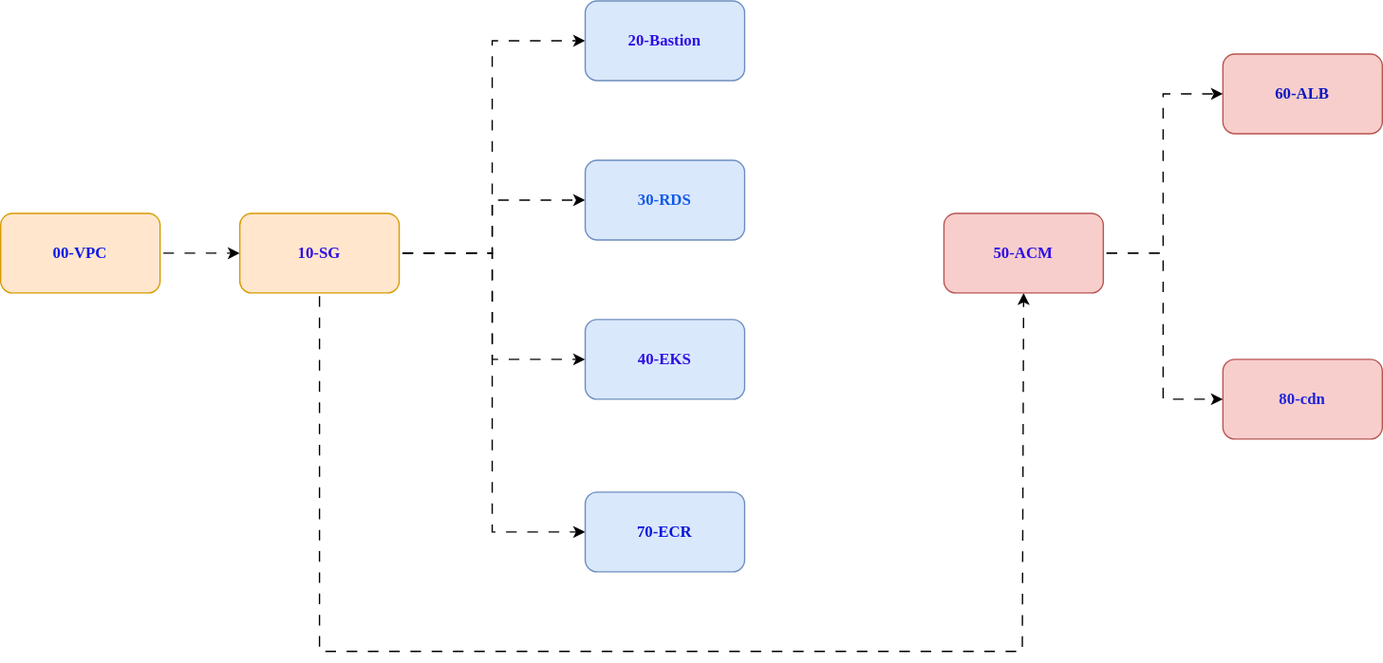
Above: jenkins-parallel-infra.drawio.svg in aikdp/expense-infra-jenkins (draw.io), before the change. Source tidied: cells renumbered, new cells last; positions are measured from the earlier drawing's top-left corner, leaving out a move shared by most shapes.
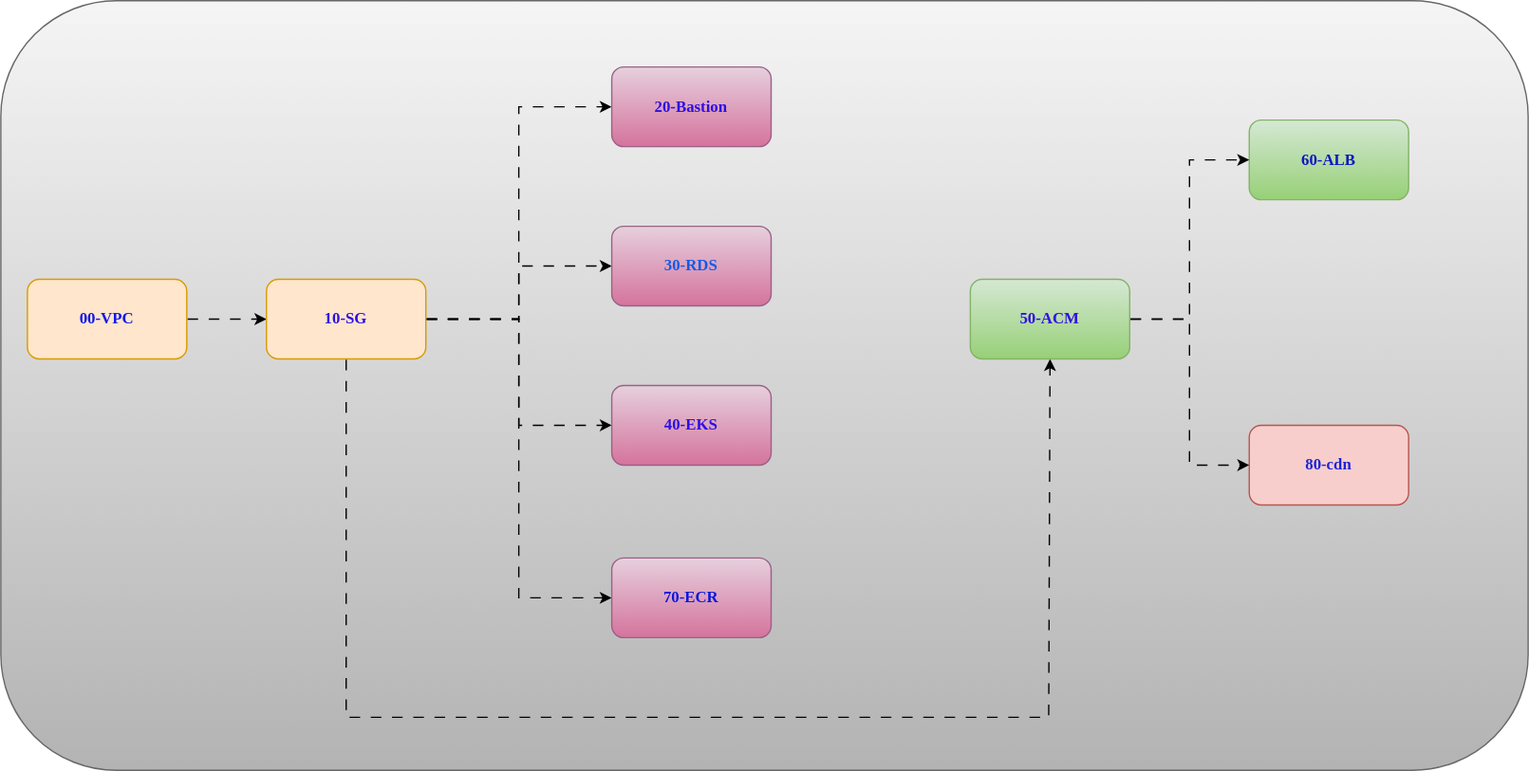
After the change.

Commit message:
Jenkins Pipleline expense-infra practice

Diff of the diagram source:
```diff
@@ -2,6 +2,9 @@
   <root>
     <mxCell id="0" />
     <mxCell id="1" parent="0" />
+    <mxCell id="19" style="rounded=1;whiteSpace=wrap;html=1;fillColor=#f5f5f5;gradientColor=#b3b3b3;strokeColor=#666666;" parent="1" vertex="1">
+      <mxGeometry x="-20" y="-50" width="1150" height="580" as="geometry" />
+    </mxCell>
     <mxCell id="2" style="edgeStyle=orthogonalEdgeStyle;rounded=0;jettySize=auto;html=1;entryX=0;entryY=0.5;entryDx=0;entryDy=0;flowAnimation=1;" parent="1" edge="1" source="3" target="9">
       <mxGeometry relative="1" as="geometry" />
     </mxCell>
@@ -31,22 +34,22 @@
     <mxCell id="9" value="&lt;font style=&quot;color: rgb(46, 15, 227);&quot; face=&quot;Comic Sans MS&quot;&gt;10-SG&lt;/font&gt;" style="rounded=1;whiteSpace=wrap;html=1;fontStyle=1;fillColor=#ffe6cc;strokeColor=#d79b00;" parent="1" vertex="1">
       <mxGeometry x="180" y="160" width="120" height="60" as="geometry" />
     </mxCell>
-    <mxCell id="10" value="&lt;font style=&quot;color: rgb(46, 15, 227);&quot; face=&quot;Comic Sans MS&quot;&gt;20-Bastion&lt;/font&gt;" style="rounded=1;whiteSpace=wrap;html=1;fontStyle=1;fillColor=#dae8fc;strokeColor=#6c8ebf;" parent="1" vertex="1">
+    <mxCell id="10" value="&lt;font style=&quot;color: rgb(46, 15, 227);&quot; face=&quot;Comic Sans MS&quot;&gt;20-Bastion&lt;/font&gt;" style="rounded=1;whiteSpace=wrap;html=1;fontStyle=1;fillColor=#e6d0de;strokeColor=#996185;gradientColor=#d5739d;" parent="1" vertex="1">
       <mxGeometry x="440" width="120" height="60" as="geometry" />
     </mxCell>
-    <mxCell id="11" value="&lt;font style=&quot;color: light-dark(rgb(19, 90, 231), rgb(237, 237, 237));&quot; face=&quot;Comic Sans MS&quot;&gt;30-RDS&lt;/font&gt;" style="rounded=1;whiteSpace=wrap;html=1;fontStyle=1;fillColor=#dae8fc;strokeColor=#6c8ebf;" parent="1" vertex="1">
+    <mxCell id="11" value="&lt;font style=&quot;color: light-dark(rgb(19, 90, 231), rgb(237, 237, 237));&quot; face=&quot;Comic Sans MS&quot;&gt;30-RDS&lt;/font&gt;" style="rounded=1;whiteSpace=wrap;html=1;fontStyle=1;fillColor=#e6d0de;strokeColor=#996185;gradientColor=#d5739d;" parent="1" vertex="1">
       <mxGeometry x="440" y="120" width="120" height="60" as="geometry" />
     </mxCell>
-    <mxCell id="12" value="&lt;b&gt;&lt;font style=&quot;color: rgb(46, 15, 227);&quot; face=&quot;Comic Sans MS&quot;&gt;40-EKS&lt;/font&gt;&lt;/b&gt;" style="rounded=1;whiteSpace=wrap;html=1;fillColor=#dae8fc;strokeColor=#6c8ebf;" parent="1" vertex="1">
+    <mxCell id="12" value="&lt;b&gt;&lt;font style=&quot;color: rgb(46, 15, 227);&quot; face=&quot;Comic Sans MS&quot;&gt;40-EKS&lt;/font&gt;&lt;/b&gt;" style="rounded=1;whiteSpace=wrap;html=1;fillColor=#e6d0de;strokeColor=#996185;gradientColor=#d5739d;" parent="1" vertex="1">
       <mxGeometry x="440" y="240" width="120" height="60" as="geometry" />
     </mxCell>
-    <mxCell id="13" value="&lt;b&gt;&lt;font style=&quot;color: light-dark(rgb(10, 24, 219), rgb(237, 237, 237));&quot; face=&quot;Comic Sans MS&quot;&gt;70-ECR&lt;/font&gt;&lt;/b&gt;" style="rounded=1;whiteSpace=wrap;html=1;fillColor=#dae8fc;strokeColor=#6c8ebf;" parent="1" vertex="1">
+    <mxCell id="13" value="&lt;b&gt;&lt;font style=&quot;color: light-dark(rgb(10, 24, 219), rgb(237, 237, 237));&quot; face=&quot;Comic Sans MS&quot;&gt;70-ECR&lt;/font&gt;&lt;/b&gt;" style="rounded=1;whiteSpace=wrap;html=1;fillColor=#e6d0de;strokeColor=#996185;gradientColor=#d5739d;" parent="1" vertex="1">
       <mxGeometry x="440" y="370" width="120" height="60" as="geometry" />
     </mxCell>
     <mxCell id="14" value="&lt;b&gt;&lt;font style=&quot;color: light-dark(rgb(29, 36, 215), rgb(237, 237, 237));&quot; face=&quot;Comic Sans MS&quot;&gt;80-cdn&lt;/font&gt;&lt;/b&gt;" style="rounded=1;whiteSpace=wrap;html=1;fillColor=#f8cecc;strokeColor=#b85450;" parent="1" vertex="1">
       <mxGeometry x="920" y="270" width="120" height="60" as="geometry" />
     </mxCell>
-    <mxCell id="15" value="&lt;b&gt;&lt;font style=&quot;color: light-dark(rgb(12, 24, 192), rgb(237, 237, 237));&quot; face=&quot;Comic Sans MS&quot;&gt;60-ALB&lt;/font&gt;&lt;/b&gt;" style="rounded=1;whiteSpace=wrap;html=1;fillColor=#f8cecc;strokeColor=#b85450;" parent="1" vertex="1">
+    <mxCell id="15" value="&lt;b&gt;&lt;font style=&quot;color: light-dark(rgb(12, 24, 192), rgb(237, 237, 237));&quot; face=&quot;Comic Sans MS&quot;&gt;60-ALB&lt;/font&gt;&lt;/b&gt;" style="rounded=1;whiteSpace=wrap;html=1;fillColor=#d5e8d4;strokeColor=#82b366;gradientColor=#97d077;" parent="1" vertex="1">
       <mxGeometry x="920" y="40" width="120" height="60" as="geometry" />
     </mxCell>
     <mxCell id="16" style="edgeStyle=orthogonalEdgeStyle;rounded=0;jettySize=auto;html=1;entryX=0;entryY=0.5;entryDx=0;entryDy=0;flowAnimation=1;" parent="1" edge="1" source="18" target="15">
@@ -55,7 +58,7 @@
     <mxCell id="17" style="edgeStyle=orthogonalEdgeStyle;rounded=0;jettySize=auto;html=1;entryX=0;entryY=0.5;entryDx=0;entryDy=0;flowAnimation=1;" parent="1" edge="1" source="18" target="14">
       <mxGeometry relative="1" as="geometry" />
     </mxCell>
-    <mxCell id="18" value="&lt;b&gt;&lt;font style=&quot;color: rgb(46, 15, 227);&quot; face=&quot;Comic Sans MS&quot;&gt;50-ACM&lt;/font&gt;&lt;/b&gt;" style="rounded=1;whiteSpace=wrap;html=1;fillColor=#f8cecc;strokeColor=#b85450;" parent="1" vertex="1">
+    <mxCell id="18" value="&lt;b&gt;&lt;font style=&quot;color: rgb(46, 15, 227);&quot; face=&quot;Comic Sans MS&quot;&gt;50-ACM&lt;/font&gt;&lt;/b&gt;" style="rounded=1;whiteSpace=wrap;html=1;fillColor=#d5e8d4;strokeColor=#82b366;gradientColor=#97d077;" parent="1" vertex="1">
       <mxGeometry x="710" y="160" width="120" height="60" as="geometry" />
     </mxCell>
   </root>
```
